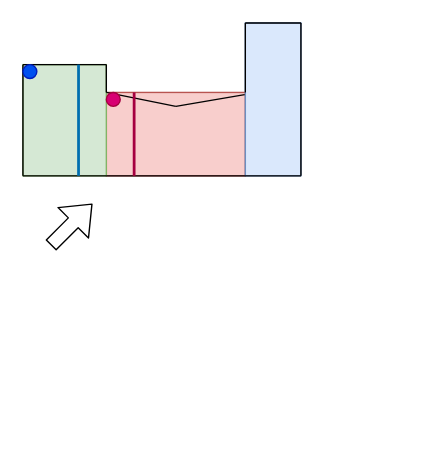
Above: Untitled Diagram.drawio in ashestosea/drawings (draw.io), before the change. Source tidied: cells renumbered, new cells numbered last; positions are measured from the earlier drawing's top-left corner, leaving out a move shared by most shapes. Both pictures are drawn from the tidied source at 139%, with x=0, y=0 at pixel (22, 22).
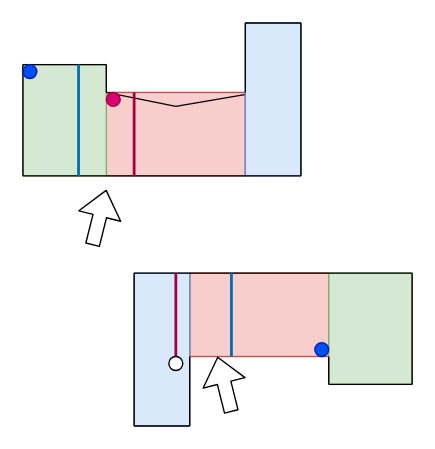
The same diagram, later.

What changed in the source:
```diff
@@
     <mxCell id="2" style="shape=flexArrow;endArrow=classic;html=1;" parent="1" edge="1">
       <mxGeometry relative="1" as="geometry">
-        <mxPoint x="20" y="160" as="sourcePoint" />
-        <mxPoint x="50" y="130" as="targetPoint" />
+        <mxPoint x="50" y="160" as="sourcePoint" />
+        <mxPoint x="60" y="120" as="targetPoint" />
       </mxGeometry>
     </mxCell>
@@
+    <mxCell id="20" style="group;rotation=-180;" parent="1" vertex="1">
+      <mxGeometry x="80" y="180" width="200" height="110" as="geometry" />
+    </mxCell>
+    <mxCell id="21" style="rounded=0;whiteSpace=wrap;html=1;strokeWidth=1;fillColor=#f8cecc;strokeColor=#b85450;rotation=-180;" parent="20" vertex="1">
+      <mxGeometry x="40" width="100" height="60" as="geometry" />
+    </mxCell>
+    <mxCell id="22" style="rounded=0;whiteSpace=wrap;html=1;strokeWidth=1;fillColor=#d5e8d4;strokeColor=#82b366;rotation=-180;" parent="20" vertex="1">
+      <mxGeometry x="140" width="60" height="80" as="geometry" />
+    </mxCell>
+    <mxCell id="23" style="rounded=0;whiteSpace=wrap;html=1;strokeWidth=1;fillColor=#dae8fc;strokeColor=#6c8ebf;rotation=-180;" parent="20" vertex="1">
+      <mxGeometry width="40" height="110" as="geometry" />
+    </mxCell>
+    <mxCell id="24" style="endArrow=none;html=1;" parent="20" edge="1">
+      <mxGeometry relative="1" as="geometry">
+        <mxPoint x="40" y="60" as="sourcePoint" />
+        <mxPoint x="40" y="110" as="targetPoint" />
+      </mxGeometry>
+    </mxCell>
+    <mxCell id="25" style="endArrow=none;html=1;" parent="20" edge="1">
+      <mxGeometry relative="1" as="geometry">
+        <mxPoint as="sourcePoint" />
+        <mxPoint y="110" as="targetPoint" />
+      </mxGeometry>
+    </mxCell>
+    <mxCell id="26" style="endArrow=none;html=1;" parent="20" edge="1">
+      <mxGeometry relative="1" as="geometry">
+        <mxPoint x="200" as="sourcePoint" />
+        <mxPoint as="targetPoint" />
+      </mxGeometry>
+    </mxCell>
+    <mxCell id="27" style="endArrow=none;html=1;" parent="20" edge="1">
+      <mxGeometry relative="1" as="geometry">
+        <mxPoint x="200" as="sourcePoint" />
+        <mxPoint x="200" y="80" as="targetPoint" />
+      </mxGeometry>
+    </mxCell>
+    <mxCell id="28" style="endArrow=none;html=1;" parent="20" edge="1">
+      <mxGeometry relative="1" as="geometry">
+        <mxPoint x="140" y="60" as="sourcePoint" />
+        <mxPoint x="140" y="80" as="targetPoint" />
+      </mxGeometry>
+    </mxCell>
+    <mxCell id="29" style="endArrow=none;html=1;" parent="20" edge="1">
+      <mxGeometry relative="1" as="geometry">
+        <mxPoint x="200" y="80" as="sourcePoint" />
+        <mxPoint x="140" y="80" as="targetPoint" />
+      </mxGeometry>
+    </mxCell>
+    <mxCell id="30" style="endArrow=none;html=1;" parent="20" edge="1">
+      <mxGeometry relative="1" as="geometry">
+        <mxPoint x="40" y="110" as="sourcePoint" />
+        <mxPoint y="110" as="targetPoint" />
+      </mxGeometry>
+    </mxCell>
+    <mxCell id="31" style="endArrow=none;html=1;fillColor=#d80073;strokeColor=#A50040;strokeWidth=2;" parent="20" edge="1">
+      <mxGeometry relative="1" as="geometry">
+        <mxPoint x="30" as="sourcePoint" />
+        <mxPoint x="30" y="60" as="targetPoint" />
+      </mxGeometry>
+    </mxCell>
+    <mxCell id="32" style="endArrow=none;html=1;fillColor=#1ba1e2;strokeColor=#006EAF;strokeWidth=2;" parent="20" edge="1">
+      <mxGeometry relative="1" as="geometry">
+        <mxPoint x="70" as="sourcePoint" />
+        <mxPoint x="70" y="60" as="targetPoint" />
+      </mxGeometry>
+    </mxCell>
+    <mxCell id="33" style="shape=flexArrow;endArrow=classic;html=1;" parent="20" edge="1">
+      <mxGeometry relative="1" as="geometry">
+        <mxPoint x="70" y="100" as="sourcePoint" />
+        <mxPoint x="60" y="60" as="targetPoint" />
+      </mxGeometry>
+    </mxCell>
+    <mxCell id="34" style="ellipse;whiteSpace=wrap;html=1;strokeWidth=1;fillColor=#0050ef;strokeColor=#001DBC;fontColor=#ffffff;" parent="20" vertex="1">
+      <mxGeometry x="130" y="50" width="10" height="10" as="geometry" />
+    </mxCell>
+    <mxCell id="35" style="ellipse;whiteSpace=wrap;html=1;strokeWidth=1;fillColor=#ffffff;" parent="20" vertex="1">
+      <mxGeometry x="25" y="60" width="10" height="10" as="geometry" />
+    </mxCell>
```
